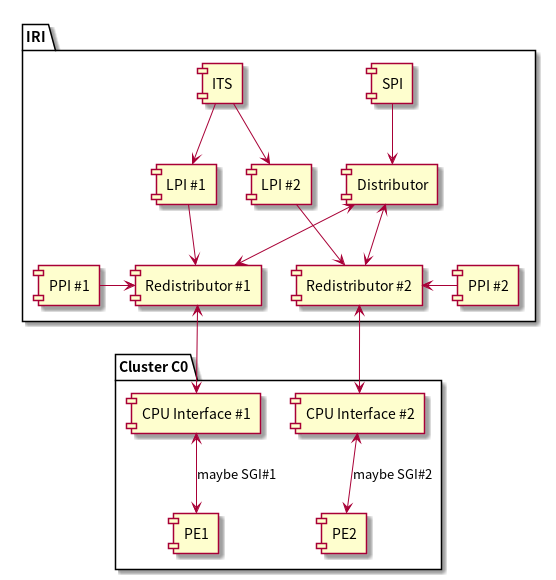
Above: doc/arm/gic/pic/drw-gicarch.png in bitsman/bitsman.github.io (PlantUML), before the change.
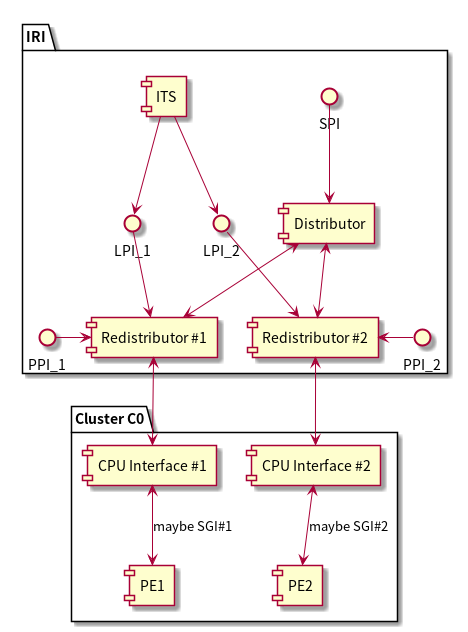
The same file after the commit.

Change to the diagram source:
```diff
@@ -1,14 +1,14 @@
 @startuml
 package "IRI" {
-  [SPI] -down-> [Distributor]
+  SPI -down-> [Distributor]
   [Distributor] <-down-> [Redistributor #1]
   [Distributor] <-down-> [Redistributor #2]
-  [ITS] -down-> [LPI #1]
-  [ITS] -down-> [LPI #2]
-  [LPI #1] -down-> [Redistributor #1]
-  [LPI #2] -down-> [Redistributor #2]
-  [PPI #1] -right-> [Redistributor #1]
-  [PPI #2] -left-> [Redistributor #2]
+  [ITS] -down-> LPI_1
+  [ITS] -down-> LPI_2
+  LPI_1 -down-> [Redistributor #1]
+  LPI_2 -down-> [Redistributor #2]
+  PPI_1 -right-> [Redistributor #1]
+  PPI_2 -left-> [Redistributor #2]
 }
 package "Cluster C0" {
   [Redistributor #1] <-down-> [CPU Interface #1]
```
